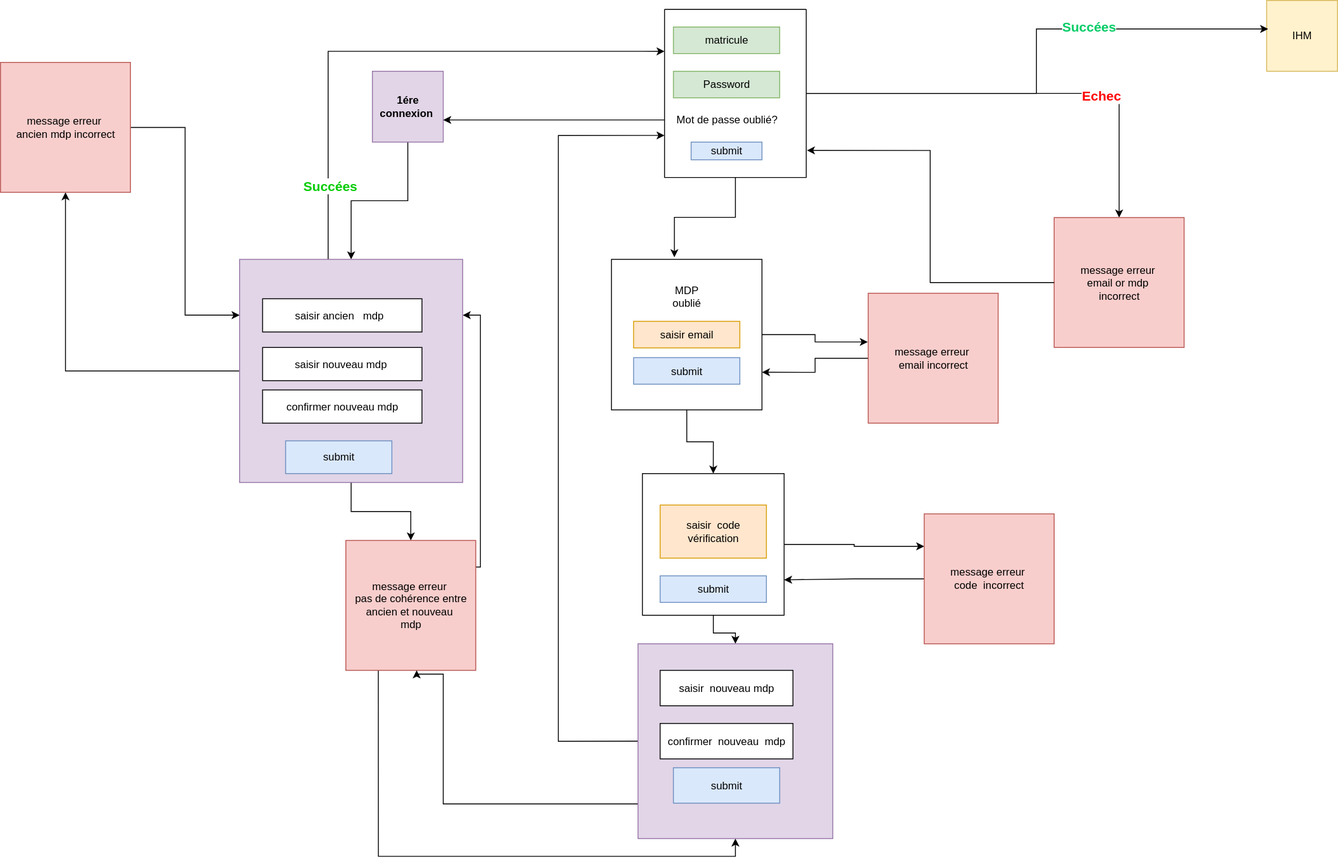
Before: front_end/IHM_WebReport_1.0.svg, a diagram exported from draw.io (fetohiaras/projet-genilog-is). Source tidied: cells renumbered, new cells last; positions are measured from the earlier drawing's top-left corner, leaving out a move shared by most shapes.
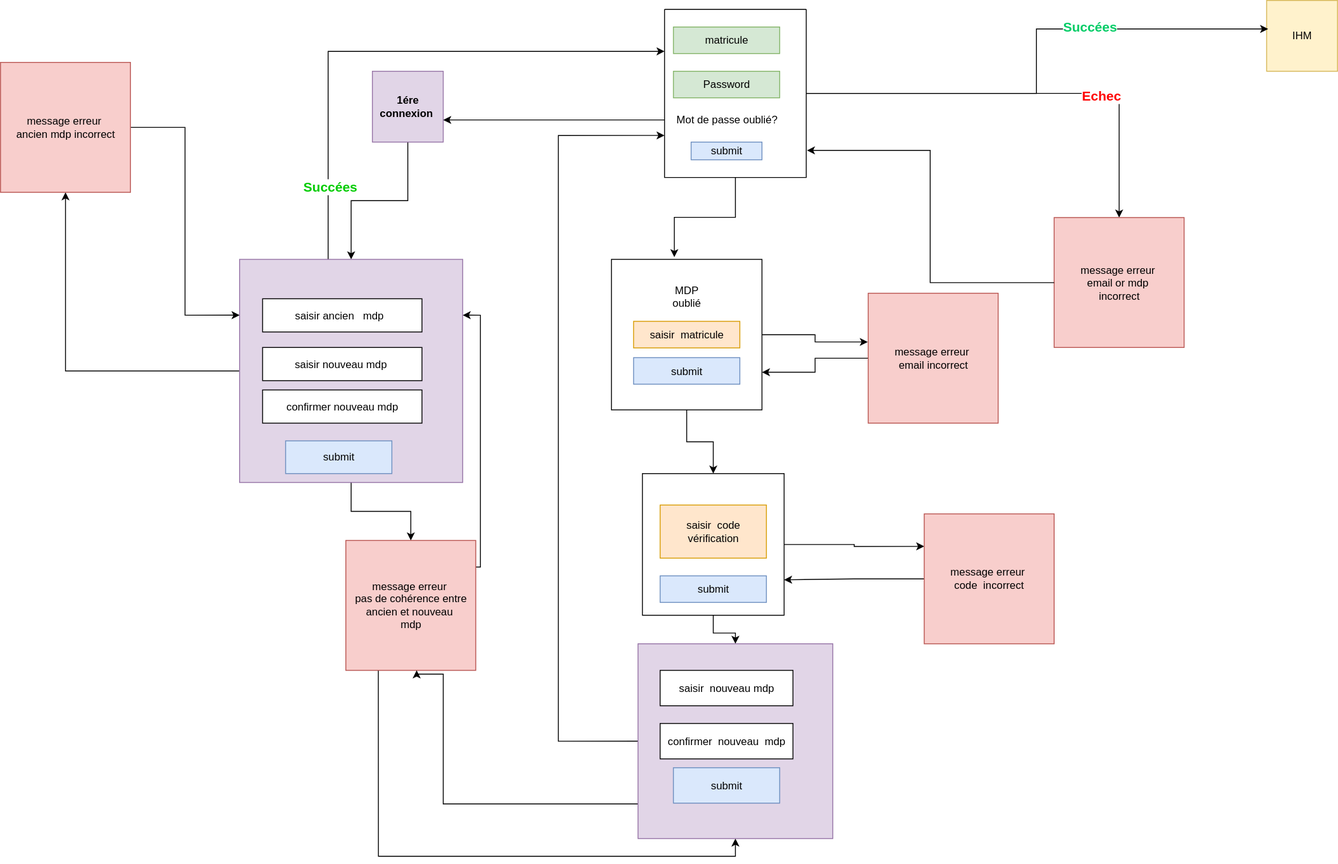
Above is the later version.

Commit message:
update  scenario connection

The edit, as a diff of the source:
```diff
@@ -51,7 +51,7 @@
     <mxCell id="15" value="Mot de passe oublié?" style="text;html=1;align=center;verticalAlign=middle;points=[];strokeColor=none;fillColor=none;" parent="11" vertex="1">
       <mxGeometry y="110" width="140" height="30" as="geometry" />
     </mxCell>
-    <mxCell id="16" value="saisir email" style="rounded=0;whiteSpace=wrap;html=1;fillColor=#ffe6cc;strokeColor=#d79b00;" parent="1" vertex="1">
+    <mxCell id="16" value="saisir&amp;nbsp; matricule" style="rounded=0;whiteSpace=wrap;html=1;fillColor=#ffe6cc;strokeColor=#d79b00;" parent="1" vertex="1">
       <mxGeometry x="715" y="362.5" width="120" height="30" as="geometry" />
     </mxCell>
     <mxCell id="17" value="saisir&amp;nbsp; code vérification" style="rounded=0;whiteSpace=wrap;html=1;fillColor=#ffe6cc;strokeColor=#d79b00;" parent="1" vertex="1">
```
